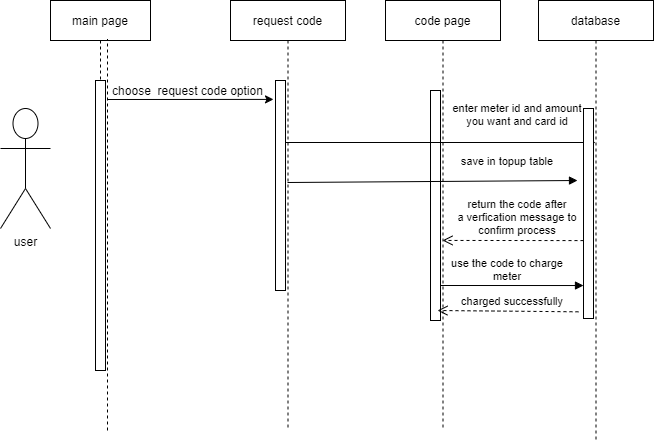
Earlier version of the draw.io export seqhcharge.png (shamaabuhassan/Charts). Source tidied: cells renumbered, new cells last; positions are measured from the earlier drawing's top-left corner, leaving out a move shared by most shapes.
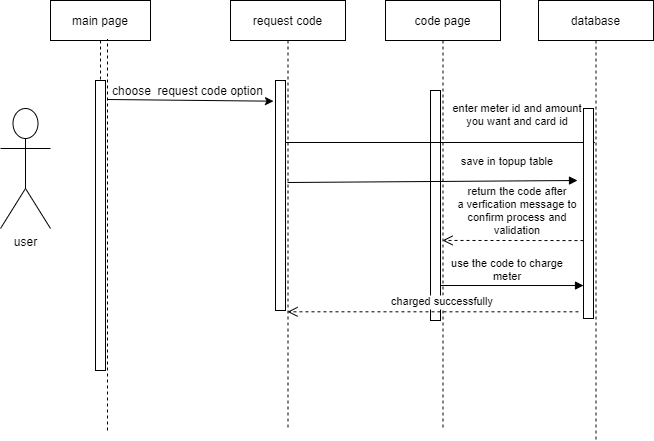
The same diagram one commit later.

What changed in the source:
```diff
@@ -12,7 +12,7 @@
       <mxGeometry x="230" width="115" height="430" as="geometry" />
     </mxCell>
     <mxCell id="5" style="points=[];perimeter=orthogonalPerimeter;rounded=0;shadow=0;strokeWidth=1;" parent="4" vertex="1">
-      <mxGeometry x="45" y="80" width="10" height="210" as="geometry" />
+      <mxGeometry x="45" y="80" width="10" height="230" as="geometry" />
     </mxCell>
     <mxCell id="6" value="user" style="shape=umlActor;verticalLabelPosition=bottom;labelBackgroundColor=#ffffff;verticalAlign=top;html=1;" parent="1" vertex="1">
       <mxGeometry y="108" width="50" height="120" as="geometry" />
@@ -28,7 +28,7 @@
         <mxPoint x="285" y="142" as="sourcePoint" />
       </mxGeometry>
     </mxCell>
-    <mxCell id="10" value="return the code after &#10;a verfication message to &#10;confirm process" style="verticalAlign=bottom;endArrow=open;dashed=1;endSize=8;shadow=0;strokeWidth=1;entryX=0.496;entryY=0.558;entryDx=0;entryDy=0;entryPerimeter=0;exitX=0;exitY=0.629;exitDx=0;exitDy=0;exitPerimeter=0;" parent="1" edge="1" source="13" target="7">
+    <mxCell id="10" value="return the code after &#10;a verfication message to &#10;confirm process and &#10;validation" style="verticalAlign=bottom;endArrow=open;dashed=1;endSize=8;shadow=0;strokeWidth=1;entryX=0.496;entryY=0.558;entryDx=0;entryDy=0;entryPerimeter=0;exitX=0;exitY=0.629;exitDx=0;exitDy=0;exitPerimeter=0;" parent="1" edge="1" source="13" target="7">
       <mxGeometry x="-0.06" y="-1" relative="1" as="geometry" />
     </mxCell>
     <mxCell id="11" value="use the code to charge&#10;meter" style="verticalAlign=bottom;endArrow=block;shadow=0;strokeWidth=1;entryX=0;entryY=0.843;entryDx=0;entryDy=0;entryPerimeter=0;" parent="1" edge="1" target="13">
@@ -62,10 +62,9 @@
         <mxPoint x="577" y="180" as="targetPoint" />
       </mxGeometry>
     </mxCell>
-    <mxCell id="18" value="charged successfully" style="verticalAlign=bottom;endArrow=open;dashed=1;endSize=8;shadow=0;strokeWidth=1;entryX=0.496;entryY=0.448;entryDx=0;entryDy=0;entryPerimeter=0;exitX=0;exitY=0.629;exitDx=0;exitDy=0;exitPerimeter=0;" parent="1" edge="1">
+    <mxCell id="18" value="charged successfully" style="verticalAlign=bottom;endArrow=open;dashed=1;endSize=8;shadow=0;strokeWidth=1;exitX=0;exitY=0.629;exitDx=0;exitDy=0;exitPerimeter=0;" parent="1" edge="1" target="4">
       <mxGeometry x="-0.06" y="-1" relative="1" as="geometry">
         <mxPoint x="578" y="311.3" as="sourcePoint" />
-        <mxPoint x="437" y="310" as="targetPoint" />
       </mxGeometry>
     </mxCell>
   </root>
```
